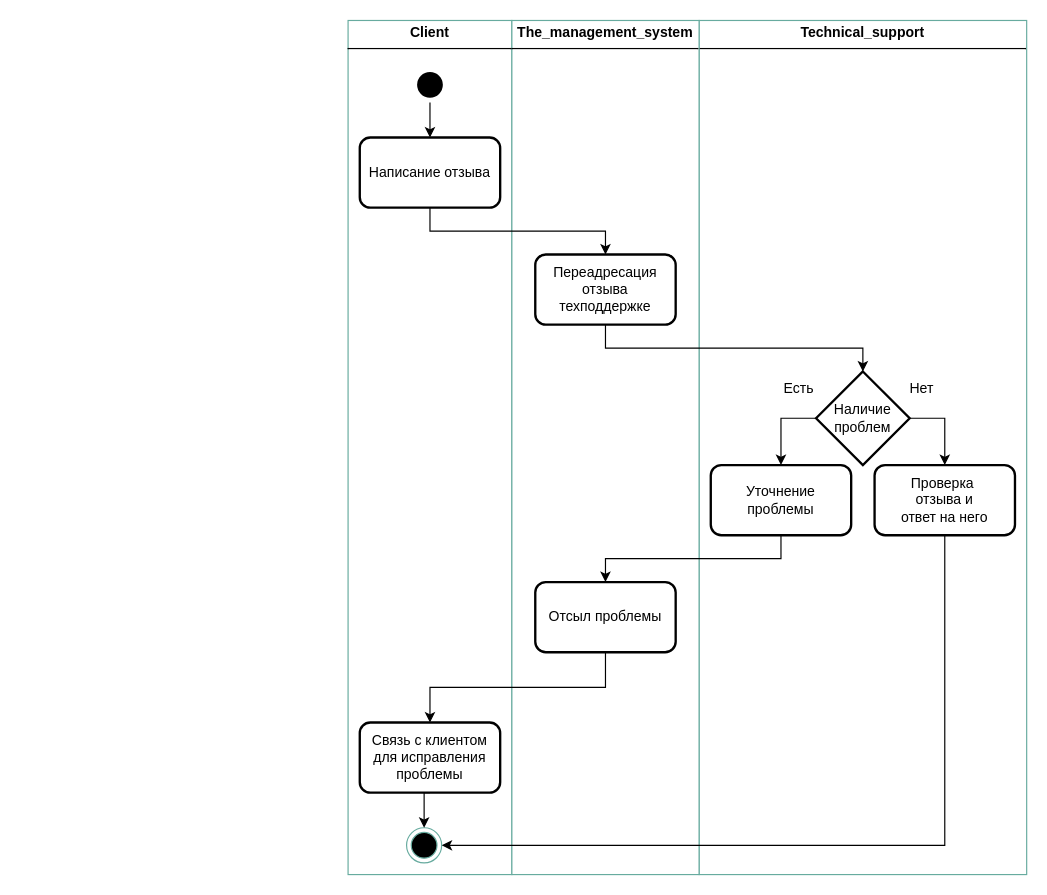
Helpmepleaseitishard/Aikms keeps this draw.io diagram as page "Page-3" (4 of 4) of 2.drawio. Above is the earlier version. Source tidied: cells renumbered, new cells numbered last; positions are measured from the earlier drawing's top-left corner, leaving out a move shared by most shapes. Both pictures are drawn from the tidied source at 117%, with x=0, y=0 at pixel (347, 20).
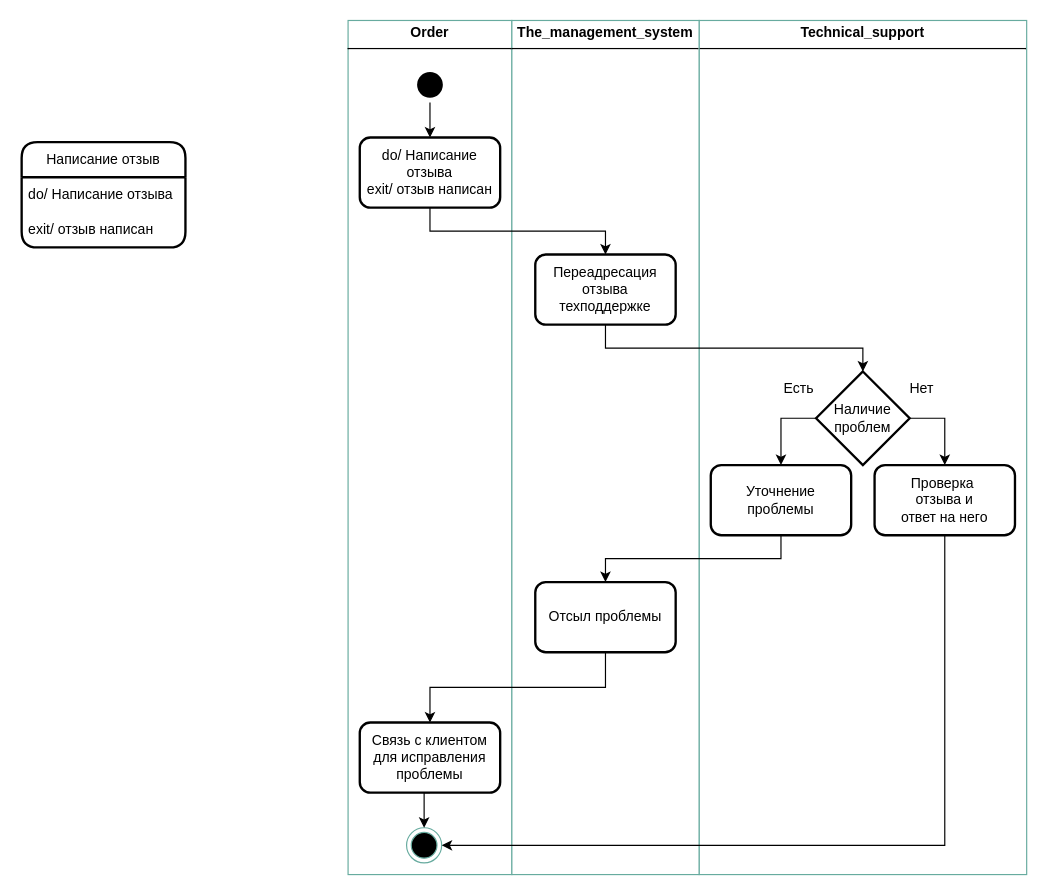
The same page after the edit.

Diff of the diagram source:
```diff
@@
-    <mxCell id="2" value="&lt;p style=&quot;margin:0px;margin-top:4px;text-align:center;&quot;&gt;&lt;b&gt;Client&lt;/b&gt;&lt;/p&gt;&lt;hr size=&quot;1&quot; style=&quot;border-style:solid;&quot;&gt;&lt;div style=&quot;height:2px;&quot;&gt;&lt;/div&gt;" style="verticalAlign=top;align=left;overflow=fill;html=1;whiteSpace=wrap;strokeColor=#67AB9F;" parent="1" vertex="1">
+    <mxCell id="2" value="&lt;p style=&quot;margin:0px;margin-top:4px;text-align:center;&quot;&gt;&lt;b&gt;Order&lt;/b&gt;&lt;/p&gt;&lt;hr size=&quot;1&quot; style=&quot;border-style:solid;&quot;&gt;&lt;div style=&quot;height:2px;&quot;&gt;&lt;/div&gt;" style="verticalAlign=top;align=left;overflow=fill;html=1;whiteSpace=wrap;strokeColor=#67AB9F;" parent="1" vertex="1">
       <mxGeometry width="140" height="730" as="geometry" />
     </mxCell>
@@
-    <mxCell id="9" value="Написание отзыва" style="rounded=1;whiteSpace=wrap;html=1;strokeWidth=2;" parent="1" vertex="1">
+    <mxCell id="9" value="&lt;div&gt;do/ Написание отзыва&lt;/div&gt;&lt;div&gt;exit/ отзыв написан&lt;br&gt;&lt;/div&gt;" style="rounded=1;whiteSpace=wrap;html=1;strokeWidth=2;" parent="1" vertex="1">
       <mxGeometry x="10" y="100" width="120" height="60" as="geometry" />
     </mxCell>
@@
+    <mxCell id="25" value="Написание отзыв" style="swimlane;fontStyle=0;horizontal=1;startSize=30;whiteSpace=wrap;html=1;rounded=1;strokeWidth=2;" parent="1" vertex="1">
+      <mxGeometry x="-279" y="104" width="140" height="90" as="geometry" />
+    </mxCell>
+    <mxCell id="26" value="&lt;div&gt;do/ Написание отзыва&lt;/div&gt;" style="text;strokeColor=none;fillColor=none;align=left;verticalAlign=middle;spacingLeft=4;spacingRight=4;overflow=hidden;whiteSpace=wrap;html=1;" parent="25" vertex="1">
+      <mxGeometry y="30" width="140" height="30" as="geometry" />
+    </mxCell>
+    <mxCell id="27" value="exit/ отзыв написан" style="text;strokeColor=none;fillColor=none;align=left;verticalAlign=middle;spacingLeft=4;spacingRight=4;overflow=hidden;whiteSpace=wrap;html=1;" parent="25" vertex="1">
+      <mxGeometry y="60" width="140" height="30" as="geometry" />
+    </mxCell>
```
